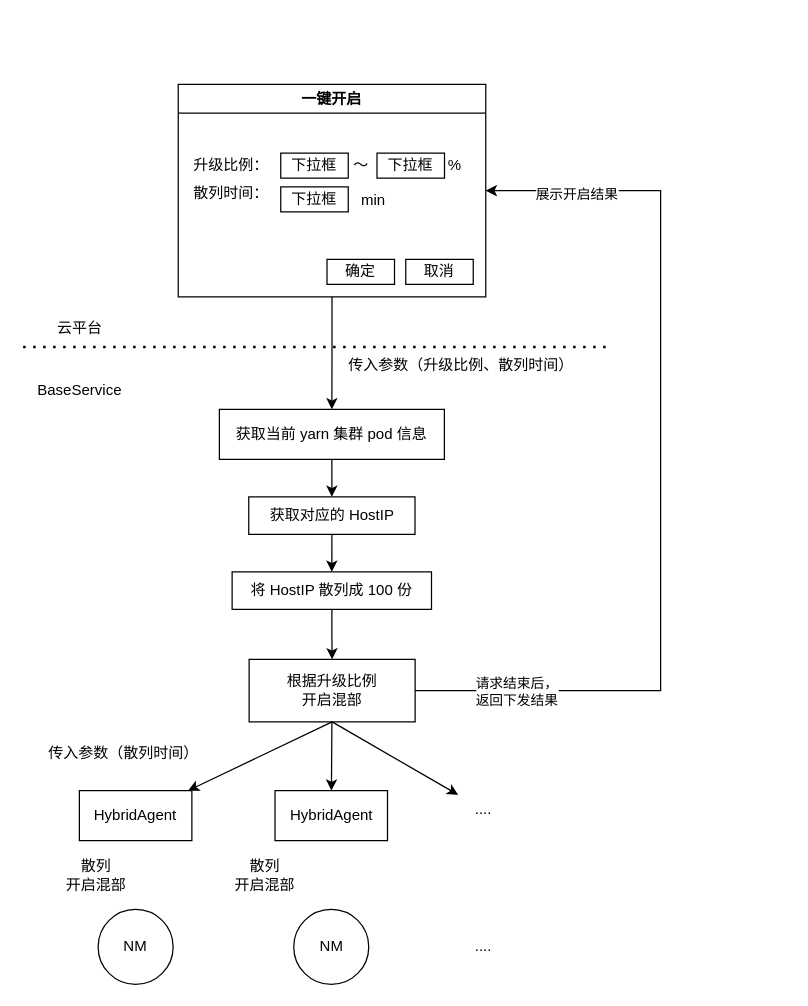
Before: 一键开启混部.drawio in cityofwang/beats, a draw.io diagram. Source tidied: cells renumbered, new cells numbered last; positions are measured from the earlier drawing's top-left corner, leaving out a move shared by most shapes. Both pictures are drawn from the tidied source at 125%, with x=0, y=0 at pixel (22, 84).
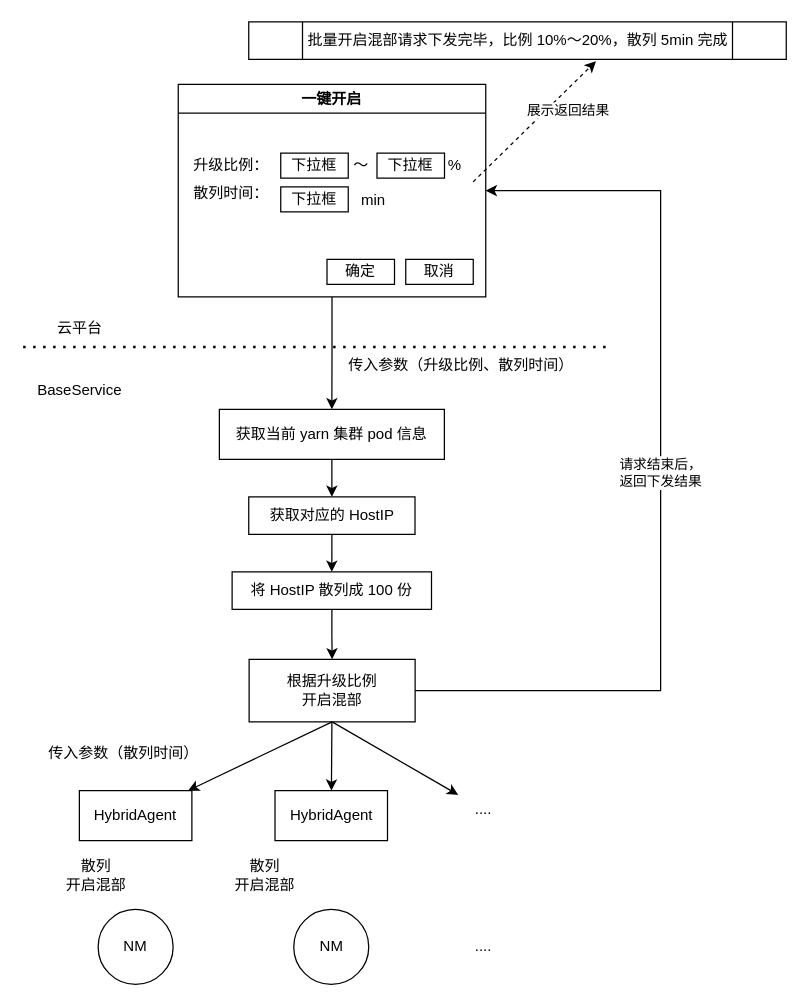
After the change.

Commit message (it also covers changes not shown here):
一键开启混部.drawio

The change refers to these unchanged cells:
```xml
<mxCell id="25" style="edgeStyle=orthogonalEdgeStyle;rounded=0;jettySize=auto;html=1;entryX=1;entryY=0.5;entryDx=0;entryDy=0;exitX=1;exitY=0.5;exitDx=0;exitDy=0;" parent="1" edge="1" source="28" target="3">
  <mxGeometry relative="1" as="geometry">
    <Array as="points">
      <mxPoint x="510" y="485" />
      <mxPoint x="510" y="85" />
    </Array>
  </mxGeometry>
</mxCell>
```

Change to the diagram source:
```diff
@@
     <mxCell id="26" value="请求结束后，&lt;div&gt;返回下发结果&lt;/div&gt;" style="edgeLabel;html=1;align=center;verticalAlign=middle;" parent="25" vertex="1">
-      <mxGeometry x="-0.78" relative="1" as="geometry" />
+      <mxGeometry x="-0.78" relative="1" as="geometry">
+        <mxPoint x="115" y="-175" as="offset" />
+      </mxGeometry>
     </mxCell>
-    <mxCell id="27" value="展示开启结果" style="edgeLabel;html=1;align=center;verticalAlign=middle;" parent="25" vertex="1">
-      <mxGeometry x="0.89" y="2" relative="1" as="geometry">
-        <mxPoint x="32" as="offset" />
-      </mxGeometry>
-    </mxCell>
@@
+    <mxCell id="42" style="endArrow=classic;html=1;rounded=0;dashed=1;entryX=0.646;entryY=1.049;entryDx=0;entryDy=0;entryPerimeter=0;" parent="1" edge="1" target="44">
+      <mxGeometry relative="1" as="geometry">
+        <mxPoint x="360" y="78" as="sourcePoint" />
+      </mxGeometry>
+    </mxCell>
+    <mxCell id="43" value="展示返回结果" style="edgeLabel;html=1;align=center;verticalAlign=middle;" parent="42" vertex="1">
+      <mxGeometry x="0.05" relative="1" as="geometry">
+        <mxPoint x="24" y="-7" as="offset" />
+      </mxGeometry>
+    </mxCell>
+    <mxCell id="44" value="&lt;span style=&quot;text-wrap-mode: nowrap;&quot;&gt;批量开启混部请求下发完毕，比例 10%～20%，散列 5min 完成&lt;/span&gt;" style="shape=process;whiteSpace=wrap;html=1;backgroundOutline=1;" parent="1" vertex="1">
+      <mxGeometry x="180.5" y="-50" width="430" height="30" as="geometry" />
+    </mxCell>
```
